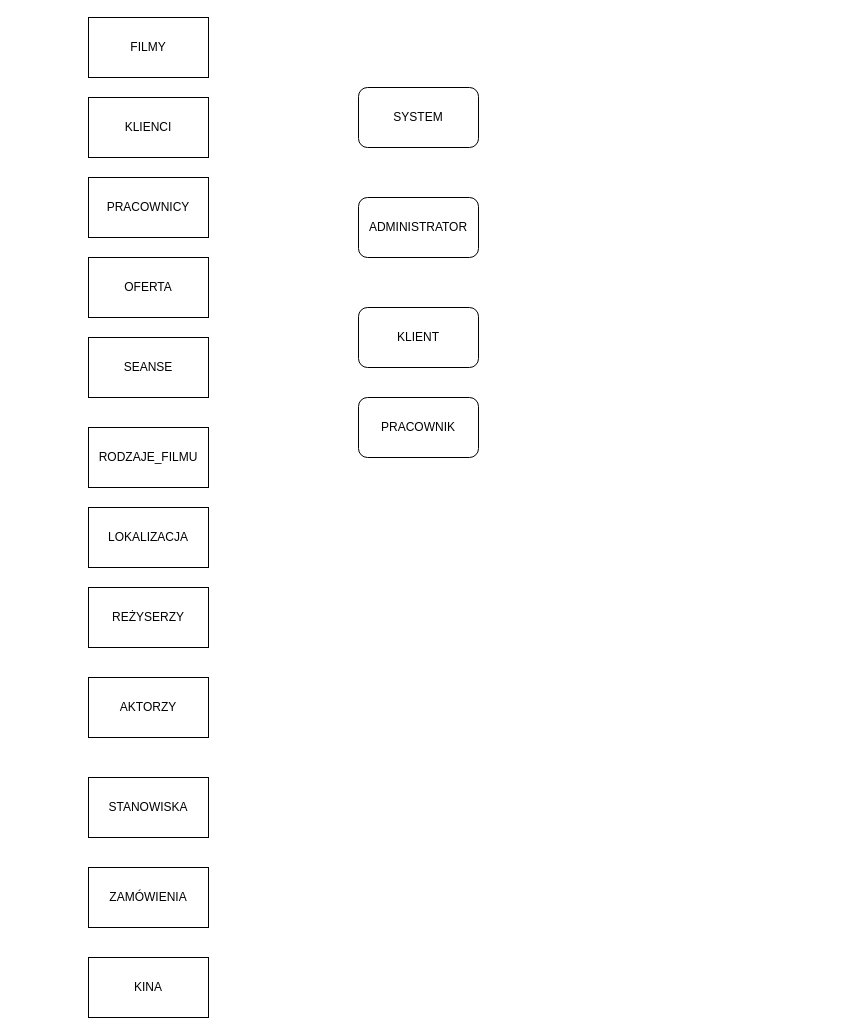
Before: Klasa 4/wers/kino.drawio in mostekd/lokalne-systemy-bazy-danych, a draw.io diagram. Source tidied: cells renumbered, new cells numbered last; positions are measured from the earlier drawing's top-left corner, leaving out a move shared by most shapes. Both pictures are drawn from the tidied source at 100%, with x=0, y=0 at pixel (88, 17).
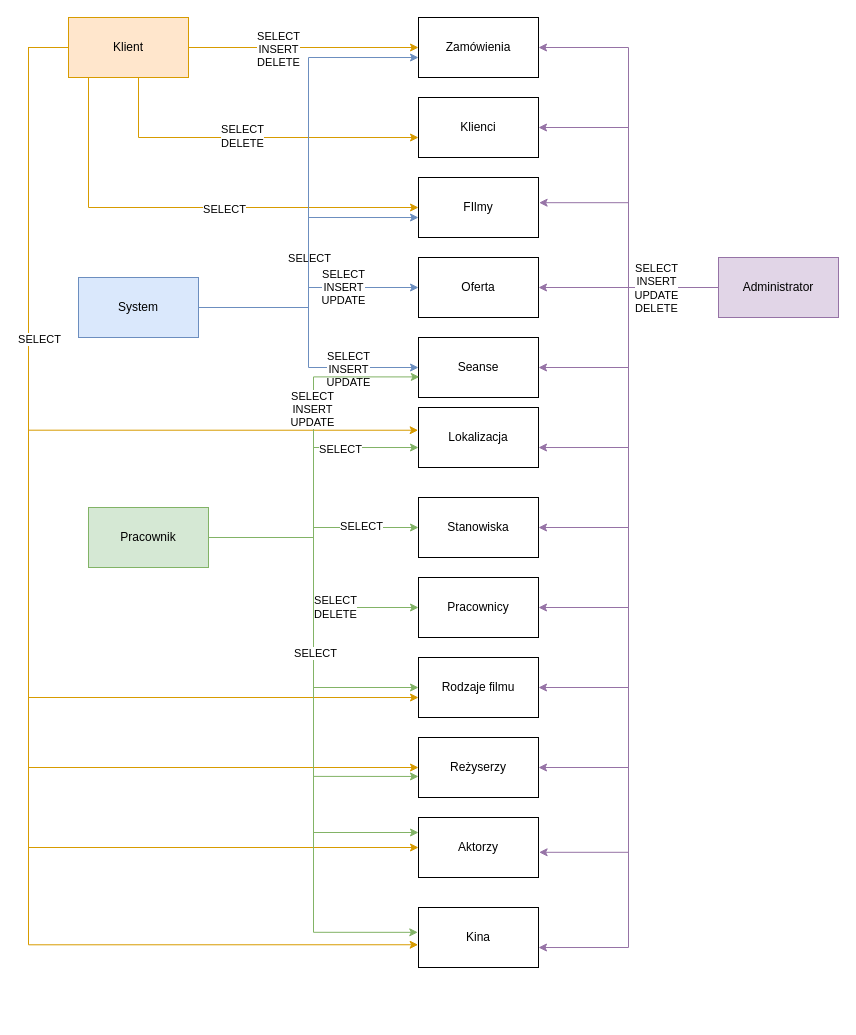
Above is the later version.

Diff of the diagram source:
```diff
@@
-    <mxCell id="2" value="SYSTEM" style="rounded=1;whiteSpace=wrap;html=1;" parent="1" vertex="1">
-      <mxGeometry x="270" y="70" width="120" height="60" as="geometry" />
-    </mxCell>
-    <mxCell id="3" value="ADMINISTRATOR" style="rounded=1;whiteSpace=wrap;html=1;" parent="1" vertex="1">
-      <mxGeometry x="270" y="180" width="120" height="60" as="geometry" />
-    </mxCell>
-    <mxCell id="4" value="KLIENT" style="rounded=1;whiteSpace=wrap;html=1;" parent="1" vertex="1">
-      <mxGeometry x="270" y="290" width="120" height="60" as="geometry" />
-    </mxCell>
-    <mxCell id="5" value="PRACOWNIK" style="rounded=1;whiteSpace=wrap;html=1;" parent="1" vertex="1">
-      <mxGeometry x="270" y="380" width="120" height="60" as="geometry" />
-    </mxCell>
-    <mxCell id="6" value="KLIENCI" style="rounded=0;whiteSpace=wrap;html=1;" parent="1" vertex="1">
-      <mxGeometry y="80" width="120" height="60" as="geometry" />
-    </mxCell>
-    <mxCell id="7" value="PRACOWNICY" style="rounded=0;whiteSpace=wrap;html=1;" parent="1" vertex="1">
-      <mxGeometry y="160" width="120" height="60" as="geometry" />
-    </mxCell>
-    <mxCell id="8" value="STANOWISKA" style="rounded=0;whiteSpace=wrap;html=1;" parent="1" vertex="1">
-      <mxGeometry y="760" width="120" height="60" as="geometry" />
-    </mxCell>
-    <mxCell id="9" value="AKTORZY" style="rounded=0;whiteSpace=wrap;html=1;" parent="1" vertex="1">
-      <mxGeometry y="660" width="120" height="60" as="geometry" />
-    </mxCell>
-    <mxCell id="10" value="FILMY" style="rounded=0;whiteSpace=wrap;html=1;" parent="1" vertex="1">
-      <mxGeometry width="120" height="60" as="geometry" />
-    </mxCell>
-    <mxCell id="11" value="REŻYSERZY" style="rounded=0;whiteSpace=wrap;html=1;" parent="1" vertex="1">
-      <mxGeometry y="570" width="120" height="60" as="geometry" />
-    </mxCell>
-    <mxCell id="12" value="LOKALIZACJA" style="rounded=0;whiteSpace=wrap;html=1;" parent="1" vertex="1">
-      <mxGeometry y="490" width="120" height="60" as="geometry" />
-    </mxCell>
-    <mxCell id="13" value="OFERTA" style="rounded=0;whiteSpace=wrap;html=1;" parent="1" vertex="1">
-      <mxGeometry y="240" width="120" height="60" as="geometry" />
-    </mxCell>
-    <mxCell id="14" value="SEANSE" style="rounded=0;whiteSpace=wrap;html=1;" parent="1" vertex="1">
-      <mxGeometry y="320" width="120" height="60" as="geometry" />
-    </mxCell>
-    <mxCell id="15" value="RODZAJE_FILMU" style="rounded=0;whiteSpace=wrap;html=1;" parent="1" vertex="1">
-      <mxGeometry y="410" width="120" height="60" as="geometry" />
-    </mxCell>
-    <mxCell id="16" value="ZAMÓWIENIA" style="rounded=0;whiteSpace=wrap;html=1;" parent="1" vertex="1">
-      <mxGeometry y="850" width="120" height="60" as="geometry" />
-    </mxCell>
-    <mxCell id="17" value="KINA" style="rounded=0;whiteSpace=wrap;html=1;" parent="1" vertex="1">
-      <mxGeometry y="940" width="120" height="60" as="geometry" />
-    </mxCell>
+    <mxCell id="18" style="edgeStyle=orthogonalEdgeStyle;rounded=0;jettySize=auto;html=1;entryX=0;entryY=0.5;entryDx=0;entryDy=0;fillColor=#ffe6cc;strokeColor=#d79b00;" parent="1" edge="1" source="24" target="25">
+      <mxGeometry relative="1" as="geometry" />
+    </mxCell>
+    <mxCell id="19" value="SELECT&lt;br&gt;INSERT&lt;br&gt;DELETE" style="edgeLabel;html=1;align=center;verticalAlign=middle;" parent="18" vertex="1">
+      <mxGeometry x="-0.23" y="-1" relative="1" as="geometry" />
+    </mxCell>
+    <mxCell id="20" style="edgeStyle=orthogonalEdgeStyle;rounded=0;jettySize=auto;html=1;entryX=0;entryY=0.5;entryDx=0;entryDy=0;fillColor=#ffe6cc;strokeColor=#d79b00;" parent="1" edge="1" source="24" target="27">
+      <mxGeometry relative="1" as="geometry">
+        <Array as="points">
+          <mxPoint y="190" />
+        </Array>
+      </mxGeometry>
+    </mxCell>
+    <mxCell id="21" value="SELECT" style="edgeLabel;html=1;align=center;verticalAlign=middle;" parent="20" vertex="1">
+      <mxGeometry x="0.15" y="-1" relative="1" as="geometry" />
+    </mxCell>
+    <mxCell id="22" style="edgeStyle=orthogonalEdgeStyle;rounded=0;jettySize=auto;html=1;entryX=0;entryY=0.5;entryDx=0;entryDy=0;fillColor=#ffe6cc;strokeColor=#d79b00;" parent="1" edge="1" source="24" target="57">
+      <mxGeometry relative="1" as="geometry">
+        <Array as="points">
+          <mxPoint x="-60" y="30" />
+          <mxPoint x="-60" y="750" />
+        </Array>
+      </mxGeometry>
+    </mxCell>
+    <mxCell id="23" style="edgeStyle=orthogonalEdgeStyle;rounded=0;jettySize=auto;html=1;entryX=0;entryY=0.5;entryDx=0;entryDy=0;fillColor=#ffe6cc;strokeColor=#d79b00;" parent="1" edge="1" source="24" target="58">
+      <mxGeometry relative="1" as="geometry">
+        <Array as="points">
+          <mxPoint x="-60" y="30" />
+          <mxPoint x="-60" y="830" />
+        </Array>
+      </mxGeometry>
+    </mxCell>
+    <mxCell id="24" value="Klient" style="rounded=0;whiteSpace=wrap;html=1;fillColor=#ffe6cc;strokeColor=#d79b00;" parent="1" vertex="1">
+      <mxGeometry x="-20" width="120" height="60" as="geometry" />
+    </mxCell>
+    <mxCell id="25" value="Zamówienia" style="rounded=0;whiteSpace=wrap;html=1;" parent="1" vertex="1">
+      <mxGeometry x="330" width="120" height="60" as="geometry" />
+    </mxCell>
+    <mxCell id="26" value="Klienci" style="rounded=0;whiteSpace=wrap;html=1;" parent="1" vertex="1">
+      <mxGeometry x="330" y="80" width="120" height="60" as="geometry" />
+    </mxCell>
+    <mxCell id="27" value="FIlmy" style="rounded=0;whiteSpace=wrap;html=1;" parent="1" vertex="1">
+      <mxGeometry x="330" y="160" width="120" height="60" as="geometry" />
+    </mxCell>
+    <mxCell id="28" style="edgeStyle=orthogonalEdgeStyle;rounded=0;jettySize=auto;html=1;entryX=0;entryY=0.667;entryDx=0;entryDy=0;entryPerimeter=0;fillColor=#ffe6cc;strokeColor=#d79b00;" parent="1" edge="1" source="24" target="26">
+      <mxGeometry relative="1" as="geometry">
+        <Array as="points">
+          <mxPoint x="50" y="120" />
+        </Array>
+      </mxGeometry>
+    </mxCell>
+    <mxCell id="29" value="SELECT&lt;br&gt;DELETE" style="edgeLabel;html=1;align=center;verticalAlign=middle;" parent="28" vertex="1">
+      <mxGeometry x="-0.04" y="2" relative="1" as="geometry" />
+    </mxCell>
+    <mxCell id="30" value="Oferta" style="rounded=0;whiteSpace=wrap;html=1;" parent="1" vertex="1">
+      <mxGeometry x="330" y="240" width="120" height="60" as="geometry" />
+    </mxCell>
+    <mxCell id="31" value="Seanse" style="rounded=0;whiteSpace=wrap;html=1;" parent="1" vertex="1">
+      <mxGeometry x="330" y="320" width="120" height="60" as="geometry" />
+    </mxCell>
+    <mxCell id="32" value="Stanowiska" style="rounded=0;whiteSpace=wrap;html=1;" parent="1" vertex="1">
+      <mxGeometry x="330" y="480" width="120" height="60" as="geometry" />
+    </mxCell>
+    <mxCell id="33" value="Lokalizacja" style="rounded=0;whiteSpace=wrap;html=1;" parent="1" vertex="1">
+      <mxGeometry x="330" y="390" width="120" height="60" as="geometry" />
+    </mxCell>
+    <mxCell id="34" value="Pracownicy" style="rounded=0;whiteSpace=wrap;html=1;" parent="1" vertex="1">
+      <mxGeometry x="330" y="560" width="120" height="60" as="geometry" />
+    </mxCell>
+    <mxCell id="35" style="edgeStyle=orthogonalEdgeStyle;rounded=0;jettySize=auto;html=1;fillColor=#dae8fc;strokeColor=#6c8ebf;" parent="1" edge="1" source="39" target="30">
+      <mxGeometry relative="1" as="geometry" />
+    </mxCell>
+    <mxCell id="36" value="SELECT&lt;br&gt;INSERT&lt;br&gt;UPDATE" style="edgeLabel;html=1;align=center;verticalAlign=middle;" parent="35" vertex="1">
+      <mxGeometry x="0.37" y="1" relative="1" as="geometry" />
+    </mxCell>
+    <mxCell id="37" style="edgeStyle=orthogonalEdgeStyle;rounded=0;jettySize=auto;html=1;fillColor=#dae8fc;strokeColor=#6c8ebf;" parent="1" edge="1" source="39" target="31">
+      <mxGeometry relative="1" as="geometry" />
+    </mxCell>
+    <mxCell id="38" value="SELECT&lt;br&gt;INSERT&lt;br&gt;UPDATE" style="edgeLabel;html=1;align=center;verticalAlign=middle;" parent="37" vertex="1">
+      <mxGeometry x="0.49" y="-1" relative="1" as="geometry" />
+    </mxCell>
+    <mxCell id="39" value="System" style="rounded=0;whiteSpace=wrap;html=1;fillColor=#dae8fc;strokeColor=#6c8ebf;" parent="1" vertex="1">
+      <mxGeometry x="-10" y="260" width="120" height="60" as="geometry" />
+    </mxCell>
+    <mxCell id="40" style="edgeStyle=orthogonalEdgeStyle;rounded=0;jettySize=auto;html=1;entryX=0;entryY=0.5;entryDx=0;entryDy=0;fillColor=#d5e8d4;strokeColor=#82b366;" parent="1" edge="1" source="46" target="32">
+      <mxGeometry relative="1" as="geometry" />
+    </mxCell>
+    <mxCell id="41" value="SELECT" style="edgeLabel;html=1;align=center;verticalAlign=middle;" parent="40" vertex="1">
+      <mxGeometry x="0.47" y="2" relative="1" as="geometry" />
+    </mxCell>
+    <mxCell id="42" style="edgeStyle=orthogonalEdgeStyle;rounded=0;jettySize=auto;html=1;entryX=0;entryY=0.5;entryDx=0;entryDy=0;fillColor=#d5e8d4;strokeColor=#82b366;" parent="1" edge="1" source="46" target="34">
+      <mxGeometry relative="1" as="geometry" />
+    </mxCell>
+    <mxCell id="43" value="SELECT&lt;br&gt;DELETE" style="edgeLabel;html=1;align=center;verticalAlign=middle;" parent="42" vertex="1">
+      <mxGeometry x="0.4" y="1" relative="1" as="geometry" />
+    </mxCell>
+    <mxCell id="44" style="edgeStyle=orthogonalEdgeStyle;rounded=0;jettySize=auto;html=1;entryX=0;entryY=0.5;entryDx=0;entryDy=0;fillColor=#d5e8d4;strokeColor=#82b366;" parent="1" edge="1" source="46" target="56">
+      <mxGeometry relative="1" as="geometry" />
+    </mxCell>
+    <mxCell id="45" style="edgeStyle=orthogonalEdgeStyle;rounded=0;jettySize=auto;html=1;entryX=0;entryY=0.25;entryDx=0;entryDy=0;fillColor=#d5e8d4;strokeColor=#82b366;" parent="1" edge="1" source="46" target="58">
+      <mxGeometry relative="1" as="geometry" />
+    </mxCell>
+    <mxCell id="46" value="Pracownik" style="rounded=0;whiteSpace=wrap;html=1;fillColor=#d5e8d4;strokeColor=#82b366;" parent="1" vertex="1">
+      <mxGeometry y="490" width="120" height="60" as="geometry" />
+    </mxCell>
+    <mxCell id="47" style="edgeStyle=orthogonalEdgeStyle;rounded=0;jettySize=auto;html=1;entryX=1;entryY=0.5;entryDx=0;entryDy=0;fillColor=#e1d5e7;strokeColor=#9673a6;" parent="1" edge="1" source="55" target="25">
+      <mxGeometry relative="1" as="geometry" />
+    </mxCell>
+    <mxCell id="48" style="edgeStyle=orthogonalEdgeStyle;rounded=0;jettySize=auto;html=1;fillColor=#e1d5e7;strokeColor=#9673a6;" parent="1" edge="1" source="55" target="26">
+      <mxGeometry relative="1" as="geometry">
+        <Array as="points">
+          <mxPoint x="540" y="270" />
+          <mxPoint x="540" y="110" />
+        </Array>
+      </mxGeometry>
+    </mxCell>
+    <mxCell id="49" style="edgeStyle=orthogonalEdgeStyle;rounded=0;jettySize=auto;html=1;entryX=1;entryY=0.5;entryDx=0;entryDy=0;fillColor=#e1d5e7;strokeColor=#9673a6;" parent="1" edge="1" source="55" target="30">
+      <mxGeometry relative="1" as="geometry" />
+    </mxCell>
+    <mxCell id="50" style="edgeStyle=orthogonalEdgeStyle;rounded=0;jettySize=auto;html=1;entryX=1;entryY=0.5;entryDx=0;entryDy=0;fillColor=#e1d5e7;strokeColor=#9673a6;" parent="1" edge="1" source="55" target="31">
+      <mxGeometry relative="1" as="geometry" />
+    </mxCell>
+    <mxCell id="51" style="edgeStyle=orthogonalEdgeStyle;rounded=0;jettySize=auto;html=1;entryX=1;entryY=0.5;entryDx=0;entryDy=0;fillColor=#e1d5e7;strokeColor=#9673a6;" parent="1" edge="1" source="55" target="32">
+      <mxGeometry relative="1" as="geometry" />
+    </mxCell>
+    <mxCell id="52" style="edgeStyle=orthogonalEdgeStyle;rounded=0;jettySize=auto;html=1;entryX=1;entryY=0.5;entryDx=0;entryDy=0;fillColor=#e1d5e7;strokeColor=#9673a6;" parent="1" edge="1" source="55" target="34">
+      <mxGeometry relative="1" as="geometry" />
+    </mxCell>
+    <mxCell id="53" style="edgeStyle=orthogonalEdgeStyle;rounded=0;jettySize=auto;html=1;entryX=1;entryY=0.5;entryDx=0;entryDy=0;fillColor=#e1d5e7;strokeColor=#9673a6;" parent="1" edge="1" source="55" target="56">
+      <mxGeometry relative="1" as="geometry" />
+    </mxCell>
+    <mxCell id="54" style="edgeStyle=orthogonalEdgeStyle;rounded=0;jettySize=auto;html=1;entryX=1;entryY=0.5;entryDx=0;entryDy=0;fillColor=#e1d5e7;strokeColor=#9673a6;" parent="1" edge="1" source="55" target="57">
+      <mxGeometry relative="1" as="geometry" />
+    </mxCell>
+    <mxCell id="55" value="Administrator" style="rounded=0;whiteSpace=wrap;html=1;fillColor=#e1d5e7;strokeColor=#9673a6;" parent="1" vertex="1">
+      <mxGeometry x="630" y="240" width="120" height="60" as="geometry" />
+    </mxCell>
+    <mxCell id="56" value="Rodzaje filmu" style="rounded=0;whiteSpace=wrap;html=1;" parent="1" vertex="1">
+      <mxGeometry x="330" y="640" width="120" height="60" as="geometry" />
+    </mxCell>
+    <mxCell id="57" value="Reżyserzy" style="rounded=0;whiteSpace=wrap;html=1;" parent="1" vertex="1">
+      <mxGeometry x="330" y="720" width="120" height="60" as="geometry" />
+    </mxCell>
+    <mxCell id="58" value="Aktorzy" style="rounded=0;whiteSpace=wrap;html=1;" parent="1" vertex="1">
+      <mxGeometry x="330" y="800" width="120" height="60" as="geometry" />
+    </mxCell>
+    <mxCell id="59" value="Kina" style="rounded=0;whiteSpace=wrap;html=1;" parent="1" vertex="1">
+      <mxGeometry x="330" y="890" width="120" height="60" as="geometry" />
+    </mxCell>
+    <mxCell id="60" style="edgeStyle=orthogonalEdgeStyle;rounded=0;jettySize=auto;html=1;entryX=0;entryY=0.667;entryDx=0;entryDy=0;entryPerimeter=0;fillColor=#ffe6cc;strokeColor=#d79b00;" parent="1" edge="1" source="24" target="56">
+      <mxGeometry relative="1" as="geometry">
+        <Array as="points">
+          <mxPoint x="-60" y="30" />
+          <mxPoint x="-60" y="680" />
+        </Array>
+      </mxGeometry>
+    </mxCell>
+    <mxCell id="61" style="edgeStyle=orthogonalEdgeStyle;rounded=0;jettySize=auto;html=1;entryX=-0.003;entryY=0.621;entryDx=0;entryDy=0;entryPerimeter=0;fillColor=#ffe6cc;strokeColor=#d79b00;" parent="1" edge="1" source="24" target="59">
+      <mxGeometry relative="1" as="geometry">
+        <Array as="points">
+          <mxPoint x="-60" y="30" />
+          <mxPoint x="-60" y="927" />
+        </Array>
+      </mxGeometry>
+    </mxCell>
+    <mxCell id="62" style="edgeStyle=orthogonalEdgeStyle;rounded=0;jettySize=auto;html=1;entryX=0;entryY=0.667;entryDx=0;entryDy=0;entryPerimeter=0;fillColor=#d5e8d4;strokeColor=#82b366;" parent="1" edge="1" source="46" target="33">
+      <mxGeometry relative="1" as="geometry" />
+    </mxCell>
+    <mxCell id="63" value="SELECT" style="edgeLabel;html=1;align=center;verticalAlign=middle;" parent="62" vertex="1">
+      <mxGeometry x="0.48" y="-1" relative="1" as="geometry" />
+    </mxCell>
+    <mxCell id="64" style="edgeStyle=orthogonalEdgeStyle;rounded=0;jettySize=auto;html=1;entryX=-0.003;entryY=0.379;entryDx=0;entryDy=0;entryPerimeter=0;fillColor=#ffe6cc;strokeColor=#d79b00;" parent="1" edge="1" source="24" target="33">
+      <mxGeometry relative="1" as="geometry">
+        <Array as="points">
+          <mxPoint x="-60" y="30" />
+          <mxPoint x="-60" y="413" />
+        </Array>
+      </mxGeometry>
+    </mxCell>
+    <mxCell id="65" value="SELECT" style="edgeLabel;html=1;align=center;verticalAlign=middle;" parent="64" vertex="1">
+      <mxGeometry x="-0.19" y="-1" relative="1" as="geometry">
+        <mxPoint x="11" y="2" as="offset" />
+      </mxGeometry>
+    </mxCell>
+    <mxCell id="66" style="edgeStyle=orthogonalEdgeStyle;rounded=0;jettySize=auto;html=1;entryX=1.005;entryY=0.42;entryDx=0;entryDy=0;entryPerimeter=0;fillColor=#e1d5e7;strokeColor=#9673a6;" parent="1" edge="1" source="55" target="27">
+      <mxGeometry relative="1" as="geometry" />
+    </mxCell>
+    <mxCell id="67" style="edgeStyle=orthogonalEdgeStyle;rounded=0;jettySize=auto;html=1;entryX=1;entryY=0.667;entryDx=0;entryDy=0;entryPerimeter=0;fillColor=#e1d5e7;strokeColor=#9673a6;" parent="1" edge="1" source="55" target="33">
+      <mxGeometry relative="1" as="geometry" />
+    </mxCell>
+    <mxCell id="68" style="edgeStyle=orthogonalEdgeStyle;rounded=0;jettySize=auto;html=1;entryX=1.005;entryY=0.58;entryDx=0;entryDy=0;entryPerimeter=0;fillColor=#e1d5e7;strokeColor=#9673a6;" parent="1" edge="1" source="55" target="58">
+      <mxGeometry relative="1" as="geometry" />
+    </mxCell>
+    <mxCell id="69" style="edgeStyle=orthogonalEdgeStyle;rounded=0;jettySize=auto;html=1;entryX=1;entryY=0.667;entryDx=0;entryDy=0;entryPerimeter=0;fillColor=#e1d5e7;strokeColor=#9673a6;" parent="1" edge="1" source="55" target="59">
+      <mxGeometry relative="1" as="geometry" />
+    </mxCell>
+    <mxCell id="70" value="SELECT&lt;br&gt;INSERT&lt;br&gt;UPDATE&lt;br&gt;DELETE" style="edgeLabel;html=1;align=center;verticalAlign=middle;" parent="69" vertex="1">
+      <mxGeometry x="-0.85" relative="1" as="geometry" />
+    </mxCell>
+    <mxCell id="71" style="edgeStyle=orthogonalEdgeStyle;rounded=0;jettySize=auto;html=1;entryX=0;entryY=0.649;entryDx=0;entryDy=0;entryPerimeter=0;fillColor=#d5e8d4;strokeColor=#82b366;" parent="1" edge="1" source="46" target="57">
+      <mxGeometry relative="1" as="geometry" />
+    </mxCell>
+    <mxCell id="72" style="edgeStyle=orthogonalEdgeStyle;rounded=0;jettySize=auto;html=1;entryX=-0.006;entryY=0.414;entryDx=0;entryDy=0;entryPerimeter=0;fillColor=#d5e8d4;strokeColor=#82b366;" parent="1" edge="1" source="46" target="59">
+      <mxGeometry relative="1" as="geometry" />
+    </mxCell>
+    <mxCell id="73" value="SELECT" style="edgeLabel;html=1;align=center;verticalAlign=middle;" parent="72" vertex="1">
+      <mxGeometry x="-0.27" y="1" relative="1" as="geometry" />
+    </mxCell>
+    <mxCell id="74" style="edgeStyle=orthogonalEdgeStyle;rounded=0;jettySize=auto;html=1;entryX=0;entryY=0.667;entryDx=0;entryDy=0;entryPerimeter=0;fillColor=#dae8fc;strokeColor=#6c8ebf;" parent="1" edge="1" source="39" target="25">
+      <mxGeometry relative="1" as="geometry" />
+    </mxCell>
+    <mxCell id="75" value="SELECT" style="edgeLabel;html=1;align=center;verticalAlign=middle;" parent="74" vertex="1">
+      <mxGeometry x="-0.32" relative="1" as="geometry" />
+    </mxCell>
+    <mxCell id="76" style="edgeStyle=orthogonalEdgeStyle;rounded=0;jettySize=auto;html=1;entryX=0;entryY=0.667;entryDx=0;entryDy=0;entryPerimeter=0;fillColor=#dae8fc;strokeColor=#6c8ebf;" parent="1" edge="1" source="39" target="27">
+      <mxGeometry relative="1" as="geometry" />
+    </mxCell>
+    <mxCell id="77" style="edgeStyle=orthogonalEdgeStyle;rounded=0;jettySize=auto;html=1;entryX=0.007;entryY=0.657;entryDx=0;entryDy=0;entryPerimeter=0;fillColor=#d5e8d4;strokeColor=#82b366;" parent="1" edge="1" source="46" target="31">
+      <mxGeometry relative="1" as="geometry" />
+    </mxCell>
+    <mxCell id="78" value="SELECT&lt;br&gt;INSERT&lt;br&gt;UPDATE" style="edgeLabel;html=1;align=center;verticalAlign=middle;" parent="77" vertex="1">
+      <mxGeometry x="0.26" y="2" relative="1" as="geometry" />
+    </mxCell>
```
